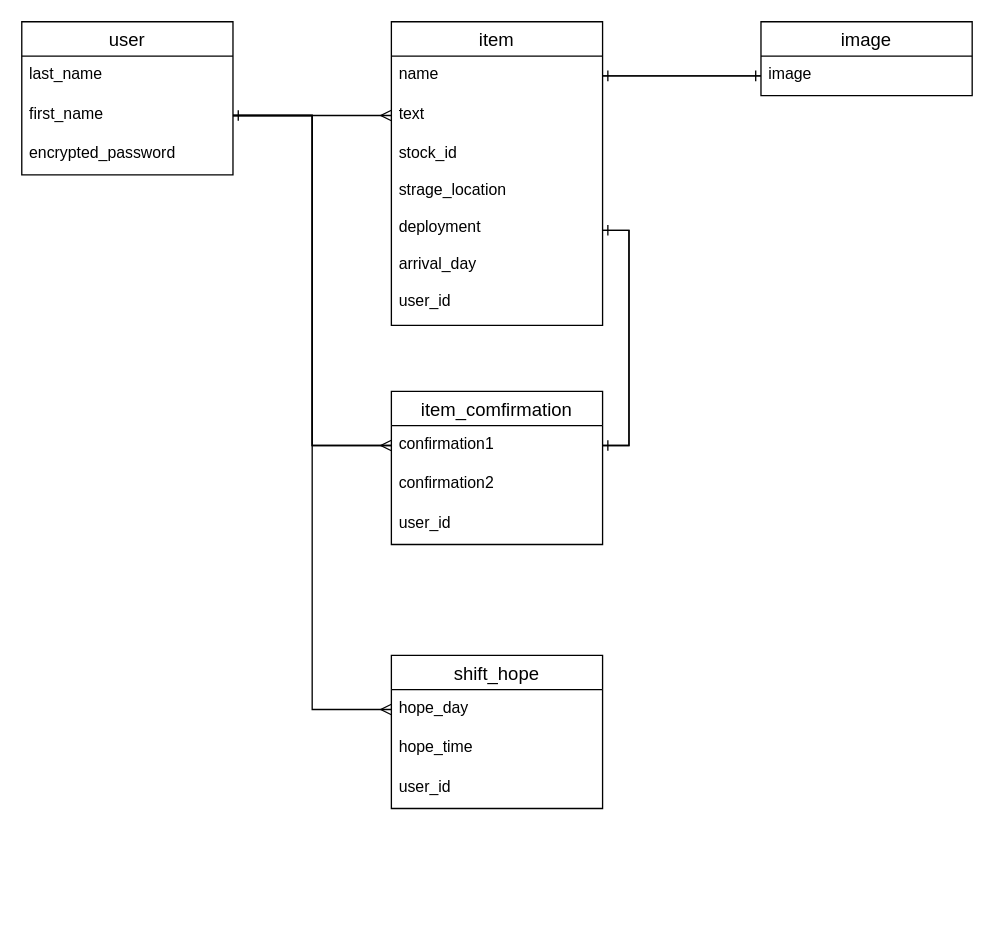
nakakou0703/kyo_yu_2021 keeps this draw.io diagram as ER.dio. Above is the earlier version. Source tidied: cells renumbered, new cells numbered last; positions are measured from the earlier drawing's top-left corner, leaving out a move shared by most shapes. Both pictures are drawn from the tidied source at 132%, with x=0, y=0 at pixel (21, 21).
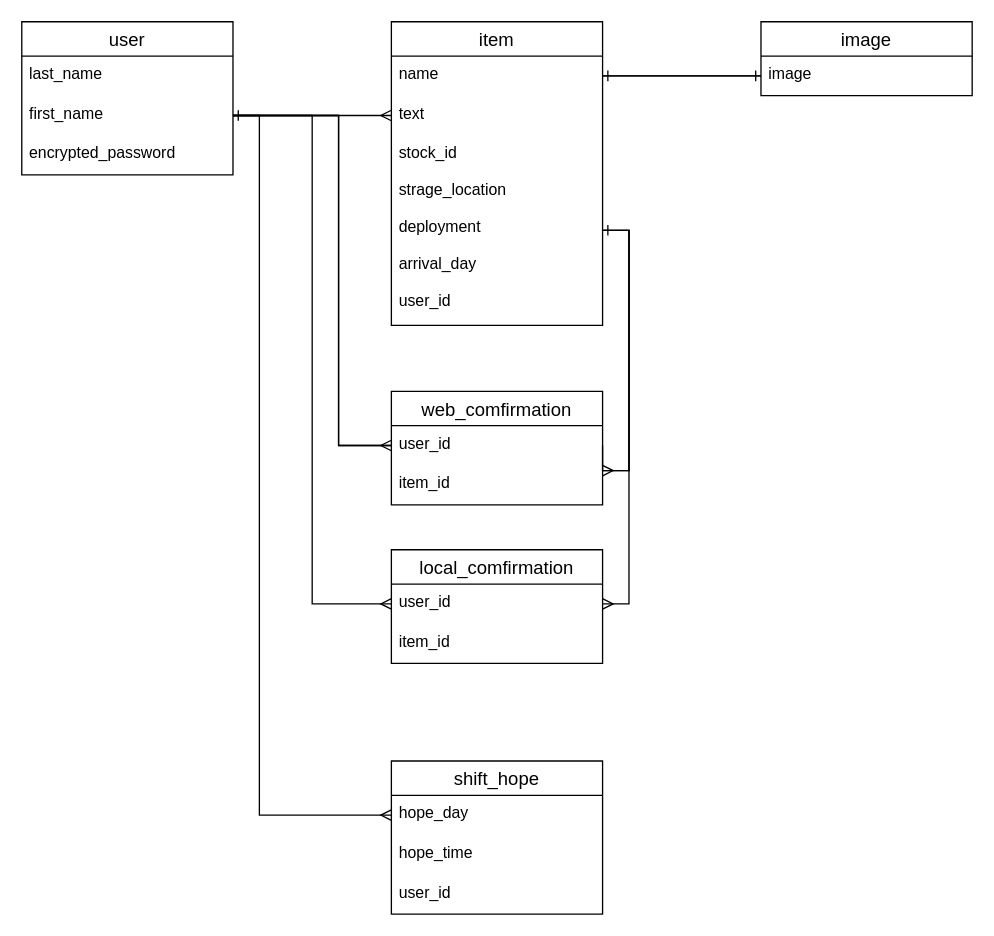
The same page after the edit.

The change refers to these unchanged cells:
```xml
<mxCell id="4" value="first_name" style="text;strokeColor=none;fillColor=none;spacingLeft=4;spacingRight=4;overflow=hidden;points=[[0,0.5],[1,0.5]];portConstraint=eastwest;fontSize=12;" parent="2" vertex="1">
  <mxGeometry y="56" width="160" height="30" as="geometry" />
</mxCell>
<mxCell id="9" value="stock_id&#10;&#10;strage_location&#10;&#10;deployment&#10;&#10;arrival_day&#10;&#10;user_id" style="text;strokeColor=none;fillColor=none;spacingLeft=4;spacingRight=4;overflow=hidden;points=[[0,0.5],[1,0.5]];portConstraint=eastwest;fontSize=12;" parent="6" vertex="1">
  <mxGeometry y="86" width="160" height="144" as="geometry" />
</mxCell>
<mxCell id="17" value="hope_day" style="text;strokeColor=none;fillColor=none;spacingLeft=4;spacingRight=4;overflow=hidden;points=[[0,0.5],[1,0.5]];portConstraint=eastwest;fontSize=12;" parent="16" vertex="1">
  <mxGeometry y="26" width="160" height="30" as="geometry" />
</mxCell>
```

Diff of the diagram source:
```diff
@@
-    <mxCell id="12" value="item_comfirmation" style="swimlane;fontStyle=0;horizontal=1;startSize=26;align=center;fontSize=14;" parent="1" vertex="1">
-      <mxGeometry x="280" y="280" width="160" height="116" as="geometry" />
+    <mxCell id="12" value="web_comfirmation" style="swimlane;fontStyle=0;horizontal=1;startSize=26;align=center;fontSize=14;" parent="1" vertex="1">
+      <mxGeometry x="280" y="280" width="160" height="86" as="geometry" />
     </mxCell>
-    <mxCell id="13" value="confirmation1" style="text;strokeColor=none;fillColor=none;spacingLeft=4;spacingRight=4;overflow=hidden;points=[[0,0.5],[1,0.5]];portConstraint=eastwest;fontSize=12;" parent="12" vertex="1">
-      <mxGeometry y="26" width="160" height="30" as="geometry" />
-    </mxCell>
-    <mxCell id="14" value="confirmation2" style="text;strokeColor=none;fillColor=none;spacingLeft=4;spacingRight=4;overflow=hidden;fontSize=12;" parent="12" vertex="1">
-      <mxGeometry y="56" width="160" height="30" as="geometry" />
+    <mxCell id="14" value="user_id" style="text;strokeColor=none;fillColor=none;spacingLeft=4;spacingRight=4;overflow=hidden;fontSize=12;" parent="12" vertex="1">
+      <mxGeometry y="26" width="160" height="30" as="geometry" />
     </mxCell>
-    <mxCell id="15" value="user_id" style="text;strokeColor=none;fillColor=none;spacingLeft=4;spacingRight=4;overflow=hidden;fontSize=12;" parent="12" vertex="1">
-      <mxGeometry y="86" width="160" height="30" as="geometry" />
+    <mxCell id="15" value="item_id" style="text;strokeColor=none;fillColor=none;spacingLeft=4;spacingRight=4;overflow=hidden;fontSize=12;" parent="12" vertex="1">
+      <mxGeometry y="56" width="160" height="30" as="geometry" />
     </mxCell>
     <mxCell id="16" value="shift_hope" style="swimlane;fontStyle=0;horizontal=1;startSize=26;align=center;fontSize=14;" parent="1" vertex="1">
-      <mxGeometry x="280" y="480" width="160" height="116" as="geometry" />
+      <mxGeometry x="280" y="560" width="160" height="116" as="geometry" />
     </mxCell>
@@
     <mxCell id="21" style="edgeStyle=orthogonalEdgeStyle;rounded=0;jettySize=auto;html=1;exitX=1;exitY=0.5;exitDx=0;exitDy=0;entryX=0;entryY=0.5;entryDx=0;entryDy=0;endArrow=ERmany;endFill=0;" parent="1" edge="1" source="4" target="17">
-      <mxGeometry relative="1" as="geometry" />
+      <mxGeometry relative="1" as="geometry">
+        <Array as="points">
+          <mxPoint x="180" y="71" />
+          <mxPoint x="180" y="601" />
+        </Array>
+      </mxGeometry>
     </mxCell>
-    <mxCell id="22" style="edgeStyle=orthogonalEdgeStyle;rounded=0;jettySize=auto;html=1;exitX=1;exitY=0.5;exitDx=0;exitDy=0;entryX=0;entryY=0.5;entryDx=0;entryDy=0;endArrow=ERmany;endFill=0;" parent="1" edge="1" source="4" target="13">
-      <mxGeometry relative="1" as="geometry" />
+    <mxCell id="22" style="edgeStyle=orthogonalEdgeStyle;rounded=0;jettySize=auto;html=1;exitX=1;exitY=0.5;exitDx=0;exitDy=0;entryX=0;entryY=0.5;entryDx=0;entryDy=0;endArrow=ERmany;endFill=0;" parent="1" edge="1" source="4">
+      <mxGeometry relative="1" as="geometry">
+        <mxPoint x="280" y="321" as="targetPoint" />
+        <Array as="points">
+          <mxPoint x="240" y="71" />
+          <mxPoint x="240" y="321" />
+        </Array>
+      </mxGeometry>
     </mxCell>
-    <mxCell id="23" style="edgeStyle=orthogonalEdgeStyle;rounded=0;jettySize=auto;html=1;exitX=0;exitY=0.5;exitDx=0;exitDy=0;endArrow=ERone;endFill=0;entryX=1;entryY=0.5;entryDx=0;entryDy=0;" parent="1" edge="1" source="13" target="4">
-      <mxGeometry relative="1" as="geometry" />
+    <mxCell id="23" style="edgeStyle=orthogonalEdgeStyle;rounded=0;jettySize=auto;html=1;exitX=0;exitY=0.5;exitDx=0;exitDy=0;endArrow=ERone;endFill=0;entryX=1;entryY=0.5;entryDx=0;entryDy=0;" parent="1" edge="1" target="4">
+      <mxGeometry relative="1" as="geometry">
+        <mxPoint x="280" y="321" as="sourcePoint" />
+        <Array as="points">
+          <mxPoint x="240" y="321" />
+          <mxPoint x="240" y="71" />
+        </Array>
+      </mxGeometry>
     </mxCell>
@@
-    <mxCell id="26" style="edgeStyle=orthogonalEdgeStyle;rounded=0;jettySize=auto;html=1;exitX=1;exitY=0.5;exitDx=0;exitDy=0;entryX=1;entryY=0.5;entryDx=0;entryDy=0;endArrow=ERone;endFill=0;" parent="1" edge="1" source="13" target="9">
-      <mxGeometry relative="1" as="geometry" />
+    <mxCell id="26" style="edgeStyle=orthogonalEdgeStyle;rounded=0;jettySize=auto;html=1;exitX=1;exitY=0.5;exitDx=0;exitDy=0;entryX=1;entryY=0.5;entryDx=0;entryDy=0;endArrow=ERone;endFill=0;" parent="1" edge="1" target="9">
+      <mxGeometry relative="1" as="geometry">
+        <mxPoint x="440" y="321" as="sourcePoint" />
+        <Array as="points">
+          <mxPoint x="440" y="340" />
+          <mxPoint x="460" y="340" />
+          <mxPoint x="460" y="158" />
+        </Array>
+      </mxGeometry>
     </mxCell>
-    <mxCell id="27" style="edgeStyle=orthogonalEdgeStyle;rounded=0;jettySize=auto;html=1;exitX=1;exitY=0.5;exitDx=0;exitDy=0;entryX=1;entryY=0.5;entryDx=0;entryDy=0;endArrow=ERone;endFill=0;" parent="1" edge="1" source="9" target="13">
-      <mxGeometry relative="1" as="geometry" />
+    <mxCell id="27" style="edgeStyle=orthogonalEdgeStyle;rounded=0;jettySize=auto;html=1;exitX=1;exitY=0.5;exitDx=0;exitDy=0;endArrow=ERmany;endFill=0;" parent="1" edge="1" source="9">
+      <mxGeometry relative="1" as="geometry">
+        <mxPoint x="440" y="340" as="targetPoint" />
+        <Array as="points">
+          <mxPoint x="460" y="158" />
+          <mxPoint x="460" y="340" />
+          <mxPoint x="444" y="340" />
+        </Array>
+      </mxGeometry>
     </mxCell>
+    <mxCell id="28" value="local_comfirmation" style="swimlane;fontStyle=0;horizontal=1;startSize=26;align=center;fontSize=14;" parent="1" vertex="1">
+      <mxGeometry x="280" y="400" width="160" height="86" as="geometry" />
+    </mxCell>
+    <mxCell id="29" value="user_id" style="text;strokeColor=none;fillColor=none;spacingLeft=4;spacingRight=4;overflow=hidden;points=[[0,0.5],[1,0.5]];portConstraint=eastwest;fontSize=12;" parent="28" vertex="1">
+      <mxGeometry y="26" width="160" height="30" as="geometry" />
+    </mxCell>
+    <mxCell id="30" value="item_id" style="text;strokeColor=none;fillColor=none;spacingLeft=4;spacingRight=4;overflow=hidden;fontSize=12;" parent="28" vertex="1">
+      <mxGeometry y="56" width="160" height="30" as="geometry" />
+    </mxCell>
+    <mxCell id="31" style="edgeStyle=orthogonalEdgeStyle;rounded=0;jettySize=auto;html=1;exitX=1;exitY=0.5;exitDx=0;exitDy=0;entryX=1;entryY=0.5;entryDx=0;entryDy=0;endArrow=ERmany;endFill=0;" parent="1" edge="1" source="9" target="29">
+      <mxGeometry relative="1" as="geometry" />
+    </mxCell>
+    <mxCell id="32" style="edgeStyle=orthogonalEdgeStyle;rounded=0;jettySize=auto;html=1;exitX=1;exitY=0.5;exitDx=0;exitDy=0;entryX=0;entryY=0.5;entryDx=0;entryDy=0;endArrow=ERmany;endFill=0;" parent="1" edge="1" source="4" target="29">
+      <mxGeometry relative="1" as="geometry" />
+    </mxCell>
```
